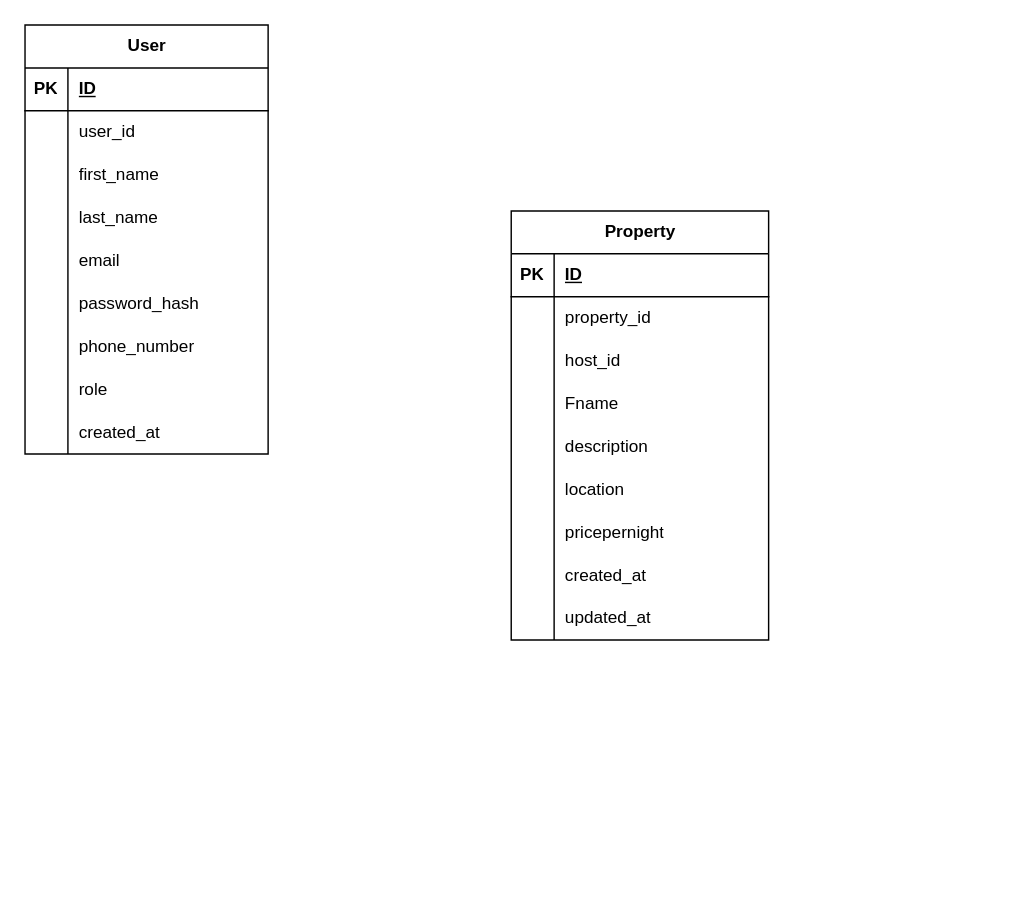
Before: page "Page-2" (2 of 2) of ERD/ALX DB.drawio in Amandecoe/alx-airbnb-database, a draw.io diagram. Source tidied: cells renumbered, new cells numbered last; positions are measured from the earlier drawing's top-left corner, leaving out a move shared by most shapes. Both pictures are drawn from the tidied source at 143%, with x=0, y=0 at pixel (24, 24).
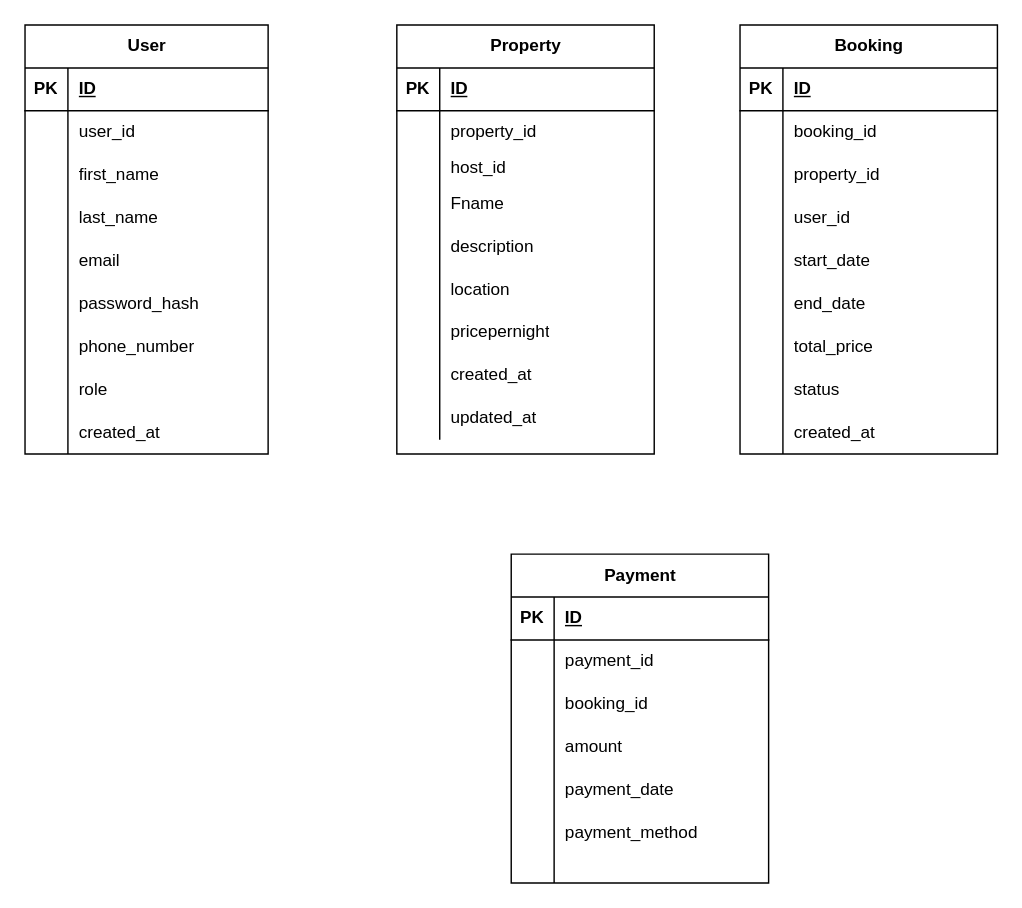
The same diagram, later.

What changed in the source:
```diff
@@
     <mxCell id="30" value="Property" style="shape=table;startSize=30;childLayout=tableLayout;rowLines=0;fontStyle=1;align=center;html=1;" parent="1" vertex="1">
-      <mxGeometry x="340" y="130" width="180" height="300" as="geometry" />
+      <mxGeometry x="260" width="180" height="300" as="geometry" />
     </mxCell>
@@
     <mxCell id="37" style="shape=tableRow;horizontal=0;startSize=0;swimlaneHead=0;swimlaneBody=0;fillColor=none;top=0;left=0;right=0;bottom=0;" parent="30" vertex="1">
-      <mxGeometry y="90" width="180" height="30" as="geometry" />
+      <mxGeometry y="90" width="180" height="20" as="geometry" />
     </mxCell>
     <mxCell id="38" style="shape=partialRectangle;fillColor=none;top=0;left=0;bottom=0;right=0;overflow=hidden;whiteSpace=wrap;html=1;" parent="37" vertex="1">
-      <mxGeometry width="30" height="30" as="geometry" />
+      <mxGeometry width="30" height="20" as="geometry" />
     </mxCell>
     <mxCell id="39" value="host_id" style="shape=partialRectangle;fillColor=none;top=0;left=0;bottom=0;right=0;align=left;spacingLeft=6;overflow=hidden;whiteSpace=wrap;html=1;" parent="37" vertex="1">
-      <mxGeometry x="30" width="150" height="30" as="geometry" />
+      <mxGeometry x="30" width="150" height="20" as="geometry" />
     </mxCell>
     <mxCell id="40" style="shape=tableRow;horizontal=0;startSize=0;swimlaneHead=0;swimlaneBody=0;fillColor=none;top=0;left=0;right=0;bottom=0;" parent="30" vertex="1">
-      <mxGeometry y="120" width="180" height="30" as="geometry" />
+      <mxGeometry y="110" width="180" height="30" as="geometry" />
     </mxCell>
@@
     <mxCell id="43" style="shape=tableRow;horizontal=0;startSize=0;swimlaneHead=0;swimlaneBody=0;fillColor=none;top=0;left=0;right=0;bottom=0;" parent="30" vertex="1">
-      <mxGeometry y="150" width="180" height="30" as="geometry" />
+      <mxGeometry y="140" width="180" height="30" as="geometry" />
     </mxCell>
@@
     <mxCell id="46" style="shape=tableRow;horizontal=0;startSize=0;swimlaneHead=0;swimlaneBody=0;fillColor=none;top=0;left=0;right=0;bottom=0;" parent="30" vertex="1">
-      <mxGeometry y="180" width="180" height="30" as="geometry" />
+      <mxGeometry y="170" width="180" height="30" as="geometry" />
     </mxCell>
@@
     <mxCell id="49" style="shape=tableRow;horizontal=0;startSize=0;swimlaneHead=0;swimlaneBody=0;fillColor=none;top=0;left=0;right=0;bottom=0;" parent="30" vertex="1">
-      <mxGeometry y="210" width="180" height="30" as="geometry" />
+      <mxGeometry y="200" width="180" height="30" as="geometry" />
     </mxCell>
@@
     <mxCell id="52" style="shape=tableRow;horizontal=0;startSize=0;swimlaneHead=0;swimlaneBody=0;fillColor=none;top=0;left=0;right=0;bottom=0;" parent="30" vertex="1">
-      <mxGeometry y="240" width="180" height="30" as="geometry" />
+      <mxGeometry y="230" width="180" height="30" as="geometry" />
     </mxCell>
@@
     <mxCell id="55" style="shape=tableRow;horizontal=0;startSize=0;swimlaneHead=0;swimlaneBody=0;fillColor=none;top=0;left=0;right=0;bottom=0;" parent="30" vertex="1">
-      <mxGeometry y="270" width="180" height="30" as="geometry" />
+      <mxGeometry y="260" width="180" height="30" as="geometry" />
     </mxCell>
@@
+    <mxCell id="58" value="Booking" style="shape=table;startSize=30;childLayout=tableLayout;rowLines=0;fontStyle=1;align=center;html=1;" parent="1" vertex="1">
+      <mxGeometry x="500" width="180" height="300" as="geometry" />
+    </mxCell>
+    <mxCell id="59" style="shape=tableRow;horizontal=0;startSize=0;swimlaneHead=0;swimlaneBody=0;fillColor=none;top=0;left=0;right=0;bottom=1;" parent="58" vertex="1">
+      <mxGeometry y="30" width="180" height="30" as="geometry" />
+    </mxCell>
+    <mxCell id="60" value="PK" style="shape=partialRectangle;fillColor=none;top=0;left=0;bottom=0;right=0;fontStyle=1;overflow=hidden;whiteSpace=wrap;html=1;" parent="59" vertex="1">
+      <mxGeometry width="30" height="30" as="geometry" />
+    </mxCell>
+    <mxCell id="61" value="ID" style="shape=partialRectangle;fillColor=none;top=0;left=0;bottom=0;right=0;align=left;spacingLeft=6;fontStyle=5;overflow=hidden;whiteSpace=wrap;html=1;" parent="59" vertex="1">
+      <mxGeometry x="30" width="150" height="30" as="geometry" />
+    </mxCell>
+    <mxCell id="62" style="shape=tableRow;horizontal=0;startSize=0;swimlaneHead=0;swimlaneBody=0;fillColor=none;top=0;left=0;right=0;bottom=0;" parent="58" vertex="1">
+      <mxGeometry y="60" width="180" height="30" as="geometry" />
+    </mxCell>
+    <mxCell id="63" style="shape=partialRectangle;fillColor=none;top=0;left=0;bottom=0;right=0;overflow=hidden;whiteSpace=wrap;html=1;" parent="62" vertex="1">
+      <mxGeometry width="30" height="30" as="geometry" />
+    </mxCell>
+    <mxCell id="64" value="booking_id" style="shape=partialRectangle;fillColor=none;top=0;left=0;bottom=0;right=0;align=left;spacingLeft=6;overflow=hidden;whiteSpace=wrap;html=1;" parent="62" vertex="1">
+      <mxGeometry x="30" width="150" height="30" as="geometry" />
+    </mxCell>
+    <mxCell id="65" style="shape=tableRow;horizontal=0;startSize=0;swimlaneHead=0;swimlaneBody=0;fillColor=none;top=0;left=0;right=0;bottom=0;" parent="58" vertex="1">
+      <mxGeometry y="90" width="180" height="30" as="geometry" />
+    </mxCell>
+    <mxCell id="66" style="shape=partialRectangle;fillColor=none;top=0;left=0;bottom=0;right=0;overflow=hidden;whiteSpace=wrap;html=1;" parent="65" vertex="1">
+      <mxGeometry width="30" height="30" as="geometry" />
+    </mxCell>
+    <mxCell id="67" value="property_id" style="shape=partialRectangle;fillColor=none;top=0;left=0;bottom=0;right=0;align=left;spacingLeft=6;overflow=hidden;whiteSpace=wrap;html=1;" parent="65" vertex="1">
+      <mxGeometry x="30" width="150" height="30" as="geometry" />
+    </mxCell>
+    <mxCell id="68" style="shape=tableRow;horizontal=0;startSize=0;swimlaneHead=0;swimlaneBody=0;fillColor=none;top=0;left=0;right=0;bottom=0;" parent="58" vertex="1">
+      <mxGeometry y="120" width="180" height="30" as="geometry" />
+    </mxCell>
+    <mxCell id="69" style="shape=partialRectangle;fillColor=none;top=0;left=0;bottom=0;right=0;overflow=hidden;whiteSpace=wrap;html=1;" parent="68" vertex="1">
+      <mxGeometry width="30" height="30" as="geometry" />
+    </mxCell>
+    <mxCell id="70" value="&lt;div&gt;user_id&lt;/div&gt;" style="shape=partialRectangle;fillColor=none;top=0;left=0;bottom=0;right=0;align=left;spacingLeft=6;overflow=hidden;whiteSpace=wrap;html=1;" parent="68" vertex="1">
+      <mxGeometry x="30" width="150" height="30" as="geometry" />
+    </mxCell>
+    <mxCell id="71" style="shape=tableRow;horizontal=0;startSize=0;swimlaneHead=0;swimlaneBody=0;fillColor=none;top=0;left=0;right=0;bottom=0;" parent="58" vertex="1">
+      <mxGeometry y="150" width="180" height="30" as="geometry" />
+    </mxCell>
+    <mxCell id="72" style="shape=partialRectangle;fillColor=none;top=0;left=0;bottom=0;right=0;overflow=hidden;whiteSpace=wrap;html=1;" parent="71" vertex="1">
+      <mxGeometry width="30" height="30" as="geometry" />
+    </mxCell>
+    <mxCell id="73" value="start_date" style="shape=partialRectangle;fillColor=none;top=0;left=0;bottom=0;right=0;align=left;spacingLeft=6;overflow=hidden;whiteSpace=wrap;html=1;" parent="71" vertex="1">
+      <mxGeometry x="30" width="150" height="30" as="geometry" />
+    </mxCell>
+    <mxCell id="74" style="shape=tableRow;horizontal=0;startSize=0;swimlaneHead=0;swimlaneBody=0;fillColor=none;top=0;left=0;right=0;bottom=0;" parent="58" vertex="1">
+      <mxGeometry y="180" width="180" height="30" as="geometry" />
+    </mxCell>
+    <mxCell id="75" style="shape=partialRectangle;fillColor=none;top=0;left=0;bottom=0;right=0;overflow=hidden;whiteSpace=wrap;html=1;" parent="74" vertex="1">
+      <mxGeometry width="30" height="30" as="geometry" />
+    </mxCell>
+    <mxCell id="76" value="&lt;div&gt;end_date&lt;/div&gt;" style="shape=partialRectangle;fillColor=none;top=0;left=0;bottom=0;right=0;align=left;spacingLeft=6;overflow=hidden;whiteSpace=wrap;html=1;" parent="74" vertex="1">
+      <mxGeometry x="30" width="150" height="30" as="geometry" />
+    </mxCell>
+    <mxCell id="77" style="shape=tableRow;horizontal=0;startSize=0;swimlaneHead=0;swimlaneBody=0;fillColor=none;top=0;left=0;right=0;bottom=0;" parent="58" vertex="1">
+      <mxGeometry y="210" width="180" height="30" as="geometry" />
+    </mxCell>
+    <mxCell id="78" style="shape=partialRectangle;fillColor=none;top=0;left=0;bottom=0;right=0;overflow=hidden;whiteSpace=wrap;html=1;" parent="77" vertex="1">
+      <mxGeometry width="30" height="30" as="geometry" />
+    </mxCell>
+    <mxCell id="79" value="total_price" style="shape=partialRectangle;fillColor=none;top=0;left=0;bottom=0;right=0;align=left;spacingLeft=6;overflow=hidden;whiteSpace=wrap;html=1;" parent="77" vertex="1">
+      <mxGeometry x="30" width="150" height="30" as="geometry" />
+    </mxCell>
+    <mxCell id="80" style="shape=tableRow;horizontal=0;startSize=0;swimlaneHead=0;swimlaneBody=0;fillColor=none;top=0;left=0;right=0;bottom=0;" parent="58" vertex="1">
+      <mxGeometry y="240" width="180" height="30" as="geometry" />
+    </mxCell>
+    <mxCell id="81" style="shape=partialRectangle;fillColor=none;top=0;left=0;bottom=0;right=0;overflow=hidden;whiteSpace=wrap;html=1;" parent="80" vertex="1">
+      <mxGeometry width="30" height="30" as="geometry" />
+    </mxCell>
+    <mxCell id="82" value="status" style="shape=partialRectangle;fillColor=none;top=0;left=0;bottom=0;right=0;align=left;spacingLeft=6;overflow=hidden;whiteSpace=wrap;html=1;" parent="80" vertex="1">
+      <mxGeometry x="30" width="150" height="30" as="geometry" />
+    </mxCell>
+    <mxCell id="83" style="shape=tableRow;horizontal=0;startSize=0;swimlaneHead=0;swimlaneBody=0;fillColor=none;top=0;left=0;right=0;bottom=0;" parent="58" vertex="1">
+      <mxGeometry y="270" width="180" height="30" as="geometry" />
+    </mxCell>
+    <mxCell id="84" style="shape=partialRectangle;fillColor=none;top=0;left=0;bottom=0;right=0;overflow=hidden;whiteSpace=wrap;html=1;" parent="83" vertex="1">
+      <mxGeometry width="30" height="30" as="geometry" />
+    </mxCell>
+    <mxCell id="85" value="created_at" style="shape=partialRectangle;fillColor=none;top=0;left=0;bottom=0;right=0;align=left;spacingLeft=6;overflow=hidden;whiteSpace=wrap;html=1;" parent="83" vertex="1">
+      <mxGeometry x="30" width="150" height="30" as="geometry" />
+    </mxCell>
+    <mxCell id="86" value="Payment" style="shape=table;startSize=30;childLayout=tableLayout;rowLines=0;fontStyle=1;align=center;html=1;" parent="1" vertex="1">
+      <mxGeometry x="340" y="370" width="180" height="230" as="geometry" />
+    </mxCell>
+    <mxCell id="87" style="shape=tableRow;horizontal=0;startSize=0;swimlaneHead=0;swimlaneBody=0;fillColor=none;top=0;left=0;right=0;bottom=1;" parent="86" vertex="1">
+      <mxGeometry y="30" width="180" height="30" as="geometry" />
+    </mxCell>
+    <mxCell id="88" value="PK" style="shape=partialRectangle;fillColor=none;top=0;left=0;bottom=0;right=0;fontStyle=1;overflow=hidden;whiteSpace=wrap;html=1;" parent="87" vertex="1">
+      <mxGeometry width="30" height="30" as="geometry" />
+    </mxCell>
+    <mxCell id="89" value="ID" style="shape=partialRectangle;fillColor=none;top=0;left=0;bottom=0;right=0;align=left;spacingLeft=6;fontStyle=5;overflow=hidden;whiteSpace=wrap;html=1;" parent="87" vertex="1">
+      <mxGeometry x="30" width="150" height="30" as="geometry" />
+    </mxCell>
+    <mxCell id="90" style="shape=tableRow;horizontal=0;startSize=0;swimlaneHead=0;swimlaneBody=0;fillColor=none;top=0;left=0;right=0;bottom=0;" parent="86" vertex="1">
+      <mxGeometry y="60" width="180" height="30" as="geometry" />
+    </mxCell>
+    <mxCell id="91" style="shape=partialRectangle;fillColor=none;top=0;left=0;bottom=0;right=0;overflow=hidden;whiteSpace=wrap;html=1;" parent="90" vertex="1">
+      <mxGeometry width="30" height="30" as="geometry" />
+    </mxCell>
+    <mxCell id="92" value="payment_id" style="shape=partialRectangle;fillColor=none;top=0;left=0;bottom=0;right=0;align=left;spacingLeft=6;overflow=hidden;whiteSpace=wrap;html=1;" parent="90" vertex="1">
+      <mxGeometry x="30" width="150" height="30" as="geometry" />
+    </mxCell>
+    <mxCell id="93" style="shape=tableRow;horizontal=0;startSize=0;swimlaneHead=0;swimlaneBody=0;fillColor=none;top=0;left=0;right=0;bottom=0;" parent="86" vertex="1">
+      <mxGeometry y="90" width="180" height="30" as="geometry" />
+    </mxCell>
+    <mxCell id="94" style="shape=partialRectangle;fillColor=none;top=0;left=0;bottom=0;right=0;overflow=hidden;whiteSpace=wrap;html=1;" parent="93" vertex="1">
+      <mxGeometry width="30" height="30" as="geometry" />
+    </mxCell>
+    <mxCell id="95" value="booking_id" style="shape=partialRectangle;fillColor=none;top=0;left=0;bottom=0;right=0;align=left;spacingLeft=6;overflow=hidden;whiteSpace=wrap;html=1;" parent="93" vertex="1">
+      <mxGeometry x="30" width="150" height="30" as="geometry" />
+    </mxCell>
+    <mxCell id="96" style="shape=tableRow;horizontal=0;startSize=0;swimlaneHead=0;swimlaneBody=0;fillColor=none;top=0;left=0;right=0;bottom=0;" parent="86" vertex="1">
+      <mxGeometry y="120" width="180" height="30" as="geometry" />
+    </mxCell>
+    <mxCell id="97" style="shape=partialRectangle;fillColor=none;top=0;left=0;bottom=0;right=0;overflow=hidden;whiteSpace=wrap;html=1;" parent="96" vertex="1">
+      <mxGeometry width="30" height="30" as="geometry" />
+    </mxCell>
+    <mxCell id="98" value="amount" style="shape=partialRectangle;fillColor=none;top=0;left=0;bottom=0;right=0;align=left;spacingLeft=6;overflow=hidden;whiteSpace=wrap;html=1;" parent="96" vertex="1">
+      <mxGeometry x="30" width="150" height="30" as="geometry" />
+    </mxCell>
+    <mxCell id="99" style="shape=tableRow;horizontal=0;startSize=0;swimlaneHead=0;swimlaneBody=0;fillColor=none;top=0;left=0;right=0;bottom=0;" parent="86" vertex="1">
+      <mxGeometry y="150" width="180" height="30" as="geometry" />
+    </mxCell>
+    <mxCell id="100" style="shape=partialRectangle;fillColor=none;top=0;left=0;bottom=0;right=0;overflow=hidden;whiteSpace=wrap;html=1;" parent="99" vertex="1">
+      <mxGeometry width="30" height="30" as="geometry" />
+    </mxCell>
+    <mxCell id="101" value="payment_date" style="shape=partialRectangle;fillColor=none;top=0;left=0;bottom=0;right=0;align=left;spacingLeft=6;overflow=hidden;whiteSpace=wrap;html=1;" parent="99" vertex="1">
+      <mxGeometry x="30" width="150" height="30" as="geometry" />
+    </mxCell>
+    <mxCell id="102" style="shape=tableRow;horizontal=0;startSize=0;swimlaneHead=0;swimlaneBody=0;fillColor=none;top=0;left=0;right=0;bottom=0;" parent="86" vertex="1">
+      <mxGeometry y="180" width="180" height="30" as="geometry" />
+    </mxCell>
+    <mxCell id="103" style="shape=partialRectangle;fillColor=none;top=0;left=0;bottom=0;right=0;overflow=hidden;whiteSpace=wrap;html=1;" parent="102" vertex="1">
+      <mxGeometry width="30" height="30" as="geometry" />
+    </mxCell>
+    <mxCell id="104" value="payment_method" style="shape=partialRectangle;fillColor=none;top=0;left=0;bottom=0;right=0;align=left;spacingLeft=6;overflow=hidden;whiteSpace=wrap;html=1;" parent="102" vertex="1">
+      <mxGeometry x="30" width="150" height="30" as="geometry" />
+    </mxCell>
+    <mxCell id="105" style="shape=tableRow;horizontal=0;startSize=0;swimlaneHead=0;swimlaneBody=0;fillColor=none;top=0;left=0;right=0;bottom=0;" parent="86" vertex="1">
+      <mxGeometry y="210" width="180" height="20" as="geometry" />
+    </mxCell>
+    <mxCell id="106" style="shape=partialRectangle;fillColor=none;top=0;left=0;bottom=0;right=0;overflow=hidden;whiteSpace=wrap;html=1;" parent="105" vertex="1">
+      <mxGeometry width="30" height="20" as="geometry" />
+    </mxCell>
+    <mxCell id="107" style="shape=partialRectangle;fillColor=none;top=0;left=0;bottom=0;right=0;align=left;spacingLeft=6;overflow=hidden;whiteSpace=wrap;html=1;" parent="105" vertex="1">
+      <mxGeometry x="30" width="150" height="20" as="geometry" />
+    </mxCell>
```
